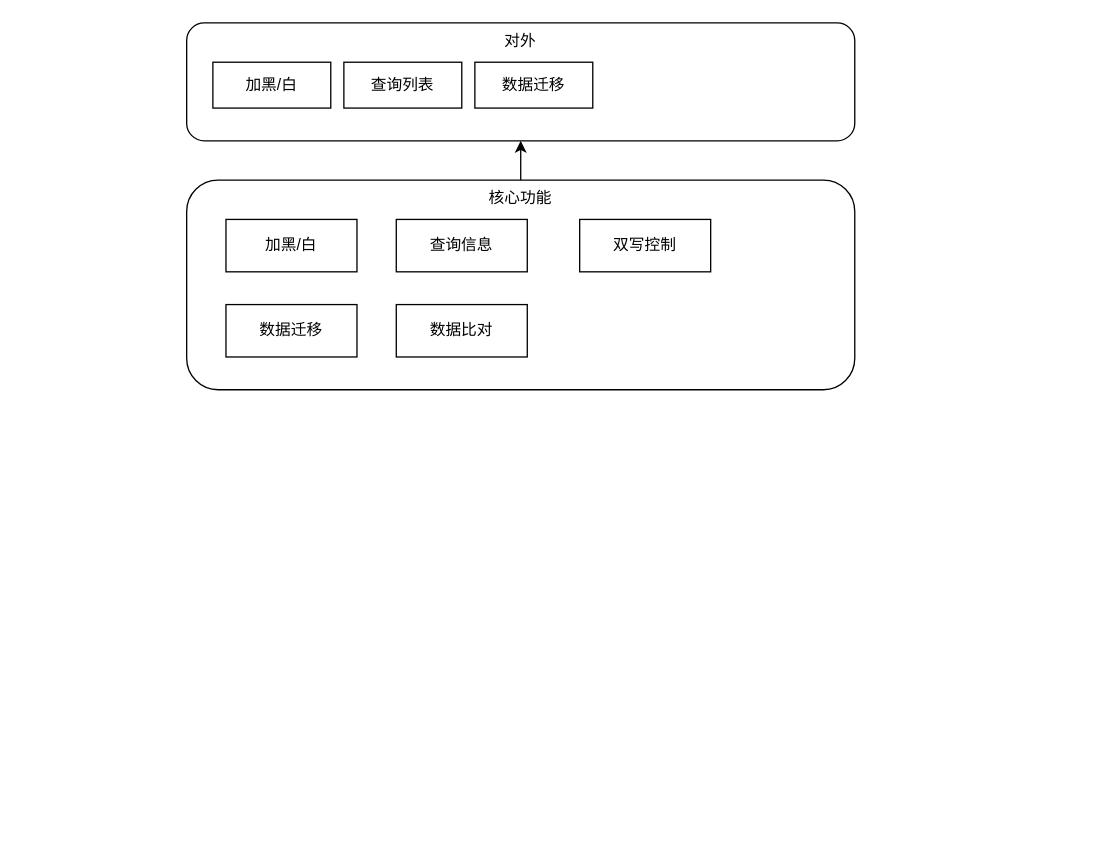
Above: 黑名单重构-模块设计.drawio in ABIN-DS/flowchart (draw.io), before the change. Source tidied: cells renumbered, new cells numbered last; positions are measured from the earlier drawing's top-left corner, leaving out a move shared by most shapes. Both pictures are drawn from the tidied source at 131%, with x=0, y=0 at pixel (186, 22).
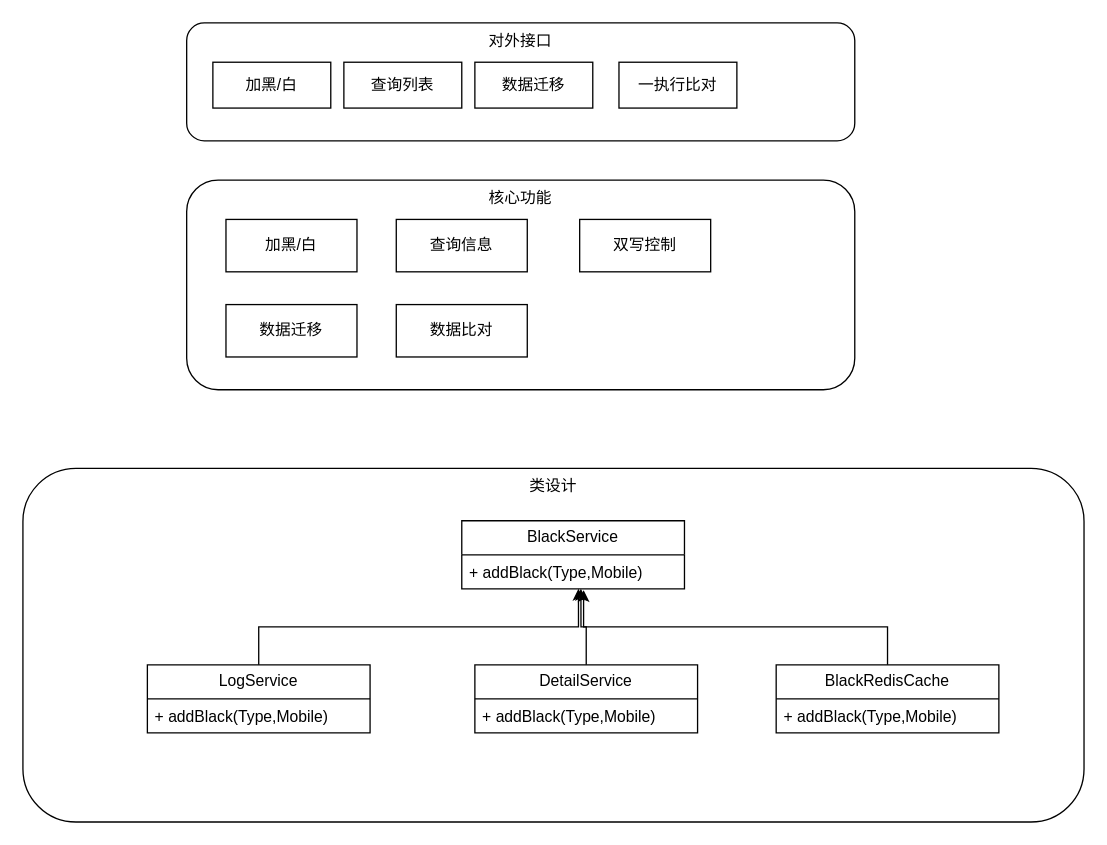
After the change.

Commit message (it also covers changes not shown here):
更新黑名单重构-模块设计.drawio

The change refers to these unchanged cells:
```xml
<mxCell id="7" value="核心功能" style="rounded=1;whiteSpace=wrap;html=1;verticalAlign=top;" parent="1" vertex="1">
  <mxGeometry y="120" width="510" height="160" as="geometry" />
</mxCell>
```

What changed in the source:
```diff
@@
-    <mxCell id="2" value="对外" style="rounded=1;whiteSpace=wrap;html=1;verticalAlign=top;" parent="1" vertex="1">
+    <mxCell id="2" value="对外接口" style="rounded=1;whiteSpace=wrap;html=1;verticalAlign=top;" parent="1" vertex="1">
       <mxGeometry width="510" height="90" as="geometry" />
     </mxCell>
@@
-    <mxCell id="6" style="edgeStyle=orthogonalEdgeStyle;rounded=0;jettySize=auto;html=1;entryX=0.5;entryY=1;entryDx=0;entryDy=0;" parent="1" edge="1" source="7" target="2">
-      <mxGeometry relative="1" as="geometry" />
-    </mxCell>
@@
+    <mxCell id="13" value="一执行比对" style="rounded=0;whiteSpace=wrap;html=1;verticalAlign=middle;" parent="1" vertex="1">
+      <mxGeometry x="330" y="30" width="90" height="35" as="geometry" />
+    </mxCell>
+    <mxCell id="14" value="类设计" style="rounded=1;whiteSpace=wrap;html=1;verticalAlign=top;" parent="1" vertex="1">
+      <mxGeometry x="-125" y="340" width="810" height="270" as="geometry" />
+    </mxCell>
+    <mxCell id="15" value="BlackService" style="swimlane;fontStyle=0;horizontal=1;startSize=26;fillColor=none;whiteSpace=wrap;html=1;" parent="1" vertex="1">
+      <mxGeometry x="210" y="380" width="170" height="52" as="geometry" />
+    </mxCell>
+    <mxCell id="16" value="+ addBlack(Type,Mobile)" style="text;strokeColor=none;fillColor=none;align=left;verticalAlign=top;spacingLeft=4;spacingRight=4;overflow=hidden;points=[[0,0.5],[1,0.5]];portConstraint=eastwest;whiteSpace=wrap;html=1;" parent="15" vertex="1">
+      <mxGeometry y="26" width="170" height="26" as="geometry" />
+    </mxCell>
+    <mxCell id="17" style="edgeStyle=orthogonalEdgeStyle;rounded=0;jettySize=auto;html=1;entryX=0.524;entryY=1;entryDx=0;entryDy=0;entryPerimeter=0;" parent="1" edge="1" source="18" target="16">
+      <mxGeometry relative="1" as="geometry" />
+    </mxCell>
+    <mxCell id="18" value="LogService" style="swimlane;fontStyle=0;horizontal=1;startSize=26;fillColor=none;whiteSpace=wrap;html=1;" parent="1" vertex="1">
+      <mxGeometry x="-30" y="490" width="170" height="52" as="geometry" />
+    </mxCell>
+    <mxCell id="19" value="+ addBlack(Type,Mobile)" style="text;strokeColor=none;fillColor=none;align=left;verticalAlign=top;spacingLeft=4;spacingRight=4;overflow=hidden;whiteSpace=wrap;html=1;" parent="18" vertex="1">
+      <mxGeometry y="26" width="170" height="26" as="geometry" />
+    </mxCell>
+    <mxCell id="20" style="edgeStyle=orthogonalEdgeStyle;rounded=0;jettySize=auto;html=1;entryX=0.535;entryY=1;entryDx=0;entryDy=0;entryPerimeter=0;" parent="1" edge="1" source="21" target="16">
+      <mxGeometry relative="1" as="geometry" />
+    </mxCell>
+    <mxCell id="21" value="DetailService" style="swimlane;fontStyle=0;horizontal=1;startSize=26;fillColor=none;whiteSpace=wrap;html=1;" parent="1" vertex="1">
+      <mxGeometry x="220" y="490" width="170" height="52" as="geometry" />
+    </mxCell>
+    <mxCell id="22" value="+ addBlack(Type,Mobile)" style="text;strokeColor=none;fillColor=none;align=left;verticalAlign=top;spacingLeft=4;spacingRight=4;overflow=hidden;whiteSpace=wrap;html=1;" parent="21" vertex="1">
+      <mxGeometry y="26" width="170" height="26" as="geometry" />
+    </mxCell>
+    <mxCell id="23" style="edgeStyle=orthogonalEdgeStyle;rounded=0;jettySize=auto;html=1;entryX=0.547;entryY=1.038;entryDx=0;entryDy=0;entryPerimeter=0;" parent="1" edge="1" source="24" target="16">
+      <mxGeometry relative="1" as="geometry" />
+    </mxCell>
+    <mxCell id="24" value="BlackRedisCache" style="swimlane;fontStyle=0;horizontal=1;startSize=26;fillColor=none;whiteSpace=wrap;html=1;" parent="1" vertex="1">
+      <mxGeometry x="450" y="490" width="170" height="52" as="geometry" />
+    </mxCell>
+    <mxCell id="25" value="+ addBlack(Type,Mobile)" style="text;strokeColor=none;fillColor=none;align=left;verticalAlign=top;spacingLeft=4;spacingRight=4;overflow=hidden;whiteSpace=wrap;html=1;" parent="24" vertex="1">
+      <mxGeometry y="26" width="170" height="26" as="geometry" />
+    </mxCell>
```
